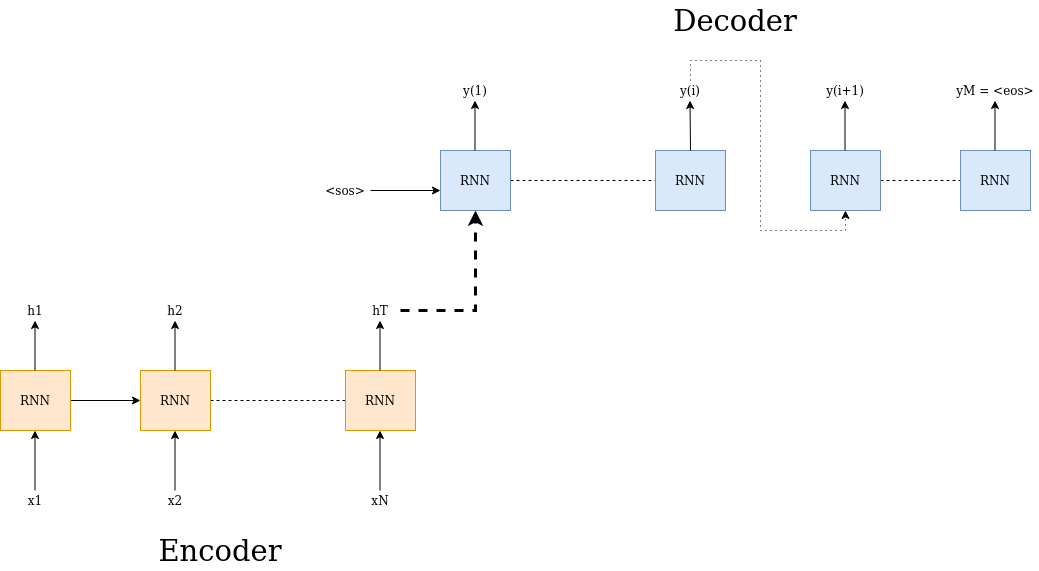
anuj1729/anuj1729.github.io keeps this draw.io diagram as images/encoder_decoder_architecture.png. Above is the earlier version. Source tidied: cells renumbered, new cells last; positions are measured from the earlier drawing's top-left corner, leaving out a move shared by most shapes.
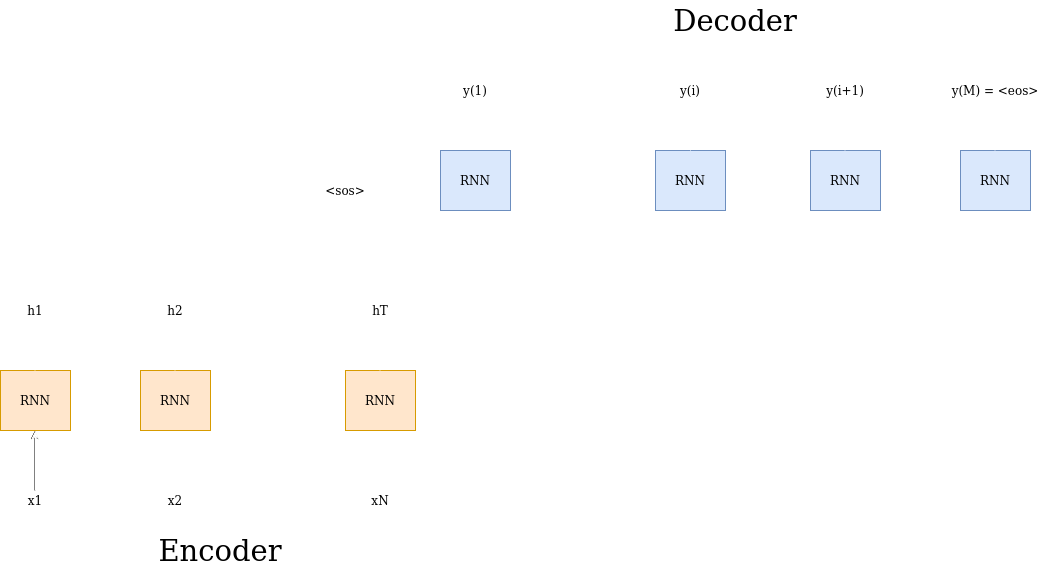
Above is the later version.

Commit message:
Fix image for first blog post

The edit, as a diff of the source:
```diff
@@ -2,10 +2,10 @@
   <root>
     <mxCell id="0" />
     <mxCell id="1" parent="0" />
-    <mxCell id="2" style="edgeStyle=orthogonalEdgeStyle;rounded=0;jettySize=auto;html=1;exitX=1;exitY=0.5;exitDx=0;exitDy=0;entryX=0;entryY=0.5;entryDx=0;entryDy=0;" parent="1" edge="1" source="3" target="7">
+    <mxCell id="2" style="edgeStyle=orthogonalEdgeStyle;rounded=0;jettySize=auto;html=1;exitX=1;exitY=0.5;exitDx=0;exitDy=0;entryX=0;entryY=0.5;entryDx=0;entryDy=0;strokeColor=#FFFFFF;" parent="1" edge="1" source="3" target="7">
       <mxGeometry relative="1" as="geometry" />
     </mxCell>
-    <mxCell id="3" value="RNN" style="rounded=0;whiteSpace=wrap;html=1;fillColor=#ffe6cc;strokeColor=#d79b00;" parent="1" vertex="1">
+    <mxCell id="3" value="&lt;font color=&quot;#000000&quot;&gt;RNN&lt;/font&gt;" style="rounded=0;whiteSpace=wrap;html=1;fillColor=#ffe6cc;strokeColor=#d79b00;" parent="1" vertex="1">
       <mxGeometry y="370" width="70" height="60" as="geometry" />
     </mxCell>
     <mxCell id="4" style="endArrow=classic;html=1;" parent="1" edge="1">
@@ -14,100 +14,103 @@
         <mxPoint x="34.5" y="430" as="targetPoint" />
       </mxGeometry>
     </mxCell>
+    <mxCell id="39" style="edgeStyle=orthogonalEdgeStyle;rounded=0;jettySize=auto;html=1;fillColor=none;strokeColor=#FFFFFF;" parent="1" edge="1" source="5" target="3">
+      <mxGeometry relative="1" as="geometry" />
+    </mxCell>
-    <mxCell id="5" value="x1" style="text;html=1;strokeColor=none;fillColor=none;align=center;verticalAlign=middle;whiteSpace=wrap;rounded=0;" parent="1" vertex="1">
+    <mxCell id="5" value="x1" style="text;html=1;fillColor=none;align=center;verticalAlign=middle;whiteSpace=wrap;rounded=0;" parent="1" vertex="1">
       <mxGeometry x="15" y="490" width="40" height="20" as="geometry" />
     </mxCell>
-    <mxCell id="6" style="edgeStyle=orthogonalEdgeStyle;rounded=0;jumpSize=6;jettySize=auto;html=1;exitX=1;exitY=0.5;exitDx=0;exitDy=0;dashed=1;startSize=5;endArrow=none;endFill=0;strokeColor=#000000;strokeWidth=1;" parent="1" edge="1" source="7" target="10">
+    <mxCell id="6" style="edgeStyle=orthogonalEdgeStyle;rounded=0;jumpSize=6;jettySize=auto;html=1;exitX=1;exitY=0.5;exitDx=0;exitDy=0;dashed=1;startSize=5;endArrow=none;endFill=0;strokeWidth=1;fillColor=none;strokeColor=#FFFFFF;" parent="1" edge="1" source="7" target="10">
       <mxGeometry relative="1" as="geometry" />
     </mxCell>
-    <mxCell id="7" value="&lt;div&gt;RNN&lt;br&gt;&lt;/div&gt;" style="rounded=0;whiteSpace=wrap;html=1;fillColor=#ffe6cc;strokeColor=#d79b00;" parent="1" vertex="1">
+    <mxCell id="7" value="&lt;div&gt;&lt;font color=&quot;#000000&quot;&gt;RNN&lt;br&gt;&lt;/font&gt;&lt;/div&gt;" style="rounded=0;whiteSpace=wrap;html=1;fillColor=#ffe6cc;strokeColor=#d79b00;" parent="1" vertex="1">
       <mxGeometry x="140" y="370" width="70" height="60" as="geometry" />
     </mxCell>
-    <mxCell id="8" style="endArrow=classic;html=1;" parent="1" edge="1">
+    <mxCell id="8" style="endArrow=classic;html=1;strokeColor=#FFFFFF;" parent="1" edge="1">
       <mxGeometry relative="1" as="geometry">
         <mxPoint x="174.5" y="490" as="sourcePoint" />
         <mxPoint x="174.5" y="430" as="targetPoint" />
       </mxGeometry>
     </mxCell>
-    <mxCell id="9" value="x2" style="text;html=1;strokeColor=none;fillColor=none;align=center;verticalAlign=middle;whiteSpace=wrap;rounded=0;" parent="1" vertex="1">
+    <mxCell id="9" value="x2" style="text;html=1;fillColor=none;align=center;verticalAlign=middle;whiteSpace=wrap;rounded=0;" parent="1" vertex="1">
       <mxGeometry x="155" y="490" width="40" height="20" as="geometry" />
     </mxCell>
-    <mxCell id="10" value="&lt;div&gt;RNN&lt;br&gt;&lt;/div&gt;" style="rounded=0;whiteSpace=wrap;html=1;fillColor=#ffe6cc;strokeColor=#d79b00;" parent="1" vertex="1">
+    <mxCell id="10" value="&lt;div&gt;&lt;font color=&quot;#000000&quot;&gt;RNN&lt;br&gt;&lt;/font&gt;&lt;/div&gt;" style="rounded=0;whiteSpace=wrap;html=1;fillColor=#ffe6cc;strokeColor=#d79b00;" parent="1" vertex="1">
       <mxGeometry x="345" y="370" width="70" height="60" as="geometry" />
     </mxCell>
-    <mxCell id="11" style="endArrow=classic;html=1;" parent="1" edge="1">
+    <mxCell id="11" style="endArrow=classic;html=1;strokeColor=#FFFFFF;" parent="1" edge="1">
       <mxGeometry relative="1" as="geometry">
         <mxPoint x="379.5" y="490" as="sourcePoint" />
         <mxPoint x="379.5" y="430" as="targetPoint" />
       </mxGeometry>
     </mxCell>
-    <mxCell id="12" value="xN" style="text;html=1;strokeColor=none;fillColor=none;align=center;verticalAlign=middle;whiteSpace=wrap;rounded=0;" parent="1" vertex="1">
+    <mxCell id="12" value="xN" style="text;html=1;fillColor=none;align=center;verticalAlign=middle;whiteSpace=wrap;rounded=0;" parent="1" vertex="1">
       <mxGeometry x="360" y="490" width="40" height="20" as="geometry" />
     </mxCell>
-    <mxCell id="13" style="endArrow=classic;html=1;" parent="1" edge="1">
+    <mxCell id="13" style="endArrow=classic;html=1;fillColor=none;strokeColor=#FFFFFF;" parent="1" edge="1">
       <mxGeometry relative="1" as="geometry">
         <mxPoint x="34.5" y="370" as="sourcePoint" />
         <mxPoint x="34.5" y="320" as="targetPoint" />
       </mxGeometry>
     </mxCell>
-    <mxCell id="14" value="h1" style="text;html=1;strokeColor=none;fillColor=none;align=center;verticalAlign=middle;whiteSpace=wrap;rounded=0;" parent="1" vertex="1">
+    <mxCell id="14" value="h1" style="text;html=1;fillColor=none;align=center;verticalAlign=middle;whiteSpace=wrap;rounded=0;" parent="1" vertex="1">
       <mxGeometry x="15" y="300" width="40" height="20" as="geometry" />
     </mxCell>
-    <mxCell id="15" style="endArrow=classic;html=1;" parent="1" edge="1">
+    <mxCell id="15" style="endArrow=classic;html=1;strokeColor=#FFFFFF;" parent="1" edge="1">
       <mxGeometry relative="1" as="geometry">
         <mxPoint x="174.5" y="370" as="sourcePoint" />
         <mxPoint x="174.5" y="320" as="targetPoint" />
       </mxGeometry>
     </mxCell>
-    <mxCell id="16" value="h2" style="text;html=1;strokeColor=none;fillColor=none;align=center;verticalAlign=middle;whiteSpace=wrap;rounded=0;" parent="1" vertex="1">
+    <mxCell id="16" value="h2" style="text;html=1;fillColor=none;align=center;verticalAlign=middle;whiteSpace=wrap;rounded=0;" parent="1" vertex="1">
       <mxGeometry x="155" y="300" width="40" height="20" as="geometry" />
     </mxCell>
-    <mxCell id="17" style="endArrow=classic;html=1;" parent="1" edge="1">
+    <mxCell id="17" style="endArrow=classic;html=1;strokeColor=#FFFFFF;" parent="1" edge="1">
       <mxGeometry relative="1" as="geometry">
         <mxPoint x="379.5" y="370" as="sourcePoint" />
         <mxPoint x="379.5" y="320" as="targetPoint" />
       </mxGeometry>
     </mxCell>
-    <mxCell id="18" style="edgeStyle=orthogonalEdgeStyle;rounded=0;jettySize=auto;html=1;entryX=0.5;entryY=1;entryDx=0;entryDy=0;strokeColor=#000000;jumpSize=6;startSize=5;strokeWidth=3;dashed=1;" parent="1" edge="1" source="19" target="21">
+    <mxCell id="18" style="edgeStyle=orthogonalEdgeStyle;rounded=0;jettySize=auto;html=1;entryX=0.5;entryY=1;entryDx=0;entryDy=0;jumpSize=6;startSize=5;strokeWidth=3;dashed=1;fillColor=#b1ddf0;strokeColor=#FFFFFF;" parent="1" edge="1" source="19" target="21">
       <mxGeometry relative="1" as="geometry" />
     </mxCell>
     <mxCell id="19" value="hT" style="text;html=1;strokeColor=none;fillColor=none;align=center;verticalAlign=middle;whiteSpace=wrap;rounded=0;" parent="1" vertex="1">
       <mxGeometry x="360" y="300" width="40" height="20" as="geometry" />
     </mxCell>
-    <mxCell id="20" style="edgeStyle=orthogonalEdgeStyle;rounded=0;jumpSize=6;jettySize=auto;html=1;exitX=1;exitY=0.5;exitDx=0;exitDy=0;dashed=1;startSize=5;strokeColor=#000000;strokeWidth=1;endArrow=none;endFill=0;" parent="1" edge="1" source="21" target="26">
+    <mxCell id="20" style="edgeStyle=orthogonalEdgeStyle;rounded=0;jumpSize=6;jettySize=auto;html=1;exitX=1;exitY=0.5;exitDx=0;exitDy=0;dashed=1;startSize=5;strokeWidth=1;endArrow=none;endFill=0;fillColor=none;strokeColor=#FFFFFF;" parent="1" edge="1" source="21" target="26">
       <mxGeometry relative="1" as="geometry" />
     </mxCell>
-    <mxCell id="21" value="RNN" style="rounded=0;whiteSpace=wrap;html=1;fillColor=#dae8fc;strokeColor=#6c8ebf;" parent="1" vertex="1">
+    <mxCell id="21" value="&lt;font color=&quot;#000000&quot;&gt;RNN&lt;/font&gt;" style="rounded=0;whiteSpace=wrap;html=1;fillColor=#dae8fc;strokeColor=#6c8ebf;" parent="1" vertex="1">
       <mxGeometry x="440" y="150" width="70" height="60" as="geometry" />
     </mxCell>
-    <mxCell id="22" style="endArrow=classic;html=1;" parent="1" edge="1">
+    <mxCell id="22" style="endArrow=classic;html=1;strokeColor=#FFFFFF;" parent="1" edge="1">
       <mxGeometry relative="1" as="geometry">
-        <mxPoint x="474.5" y="150" as="sourcePoint" />
-        <mxPoint x="474.5" y="100" as="targetPoint" />
+        <mxPoint x="474.5" y="144" as="sourcePoint" />
+        <mxPoint x="474.9" y="94" as="targetPoint" />
       </mxGeometry>
     </mxCell>
-    <mxCell id="23" value="y(1)" style="text;html=1;strokeColor=none;fillColor=none;align=center;verticalAlign=middle;whiteSpace=wrap;rounded=0;" parent="1" vertex="1">
+    <mxCell id="23" value="y(1)" style="text;html=1;align=center;verticalAlign=middle;whiteSpace=wrap;rounded=0;" parent="1" vertex="1">
       <mxGeometry x="455" y="80" width="40" height="20" as="geometry" />
     </mxCell>
-    <mxCell id="24" style="endArrow=classic;html=1;strokeColor=#000000;strokeWidth=1;" parent="1" edge="1">
+    <mxCell id="24" style="endArrow=classic;html=1;strokeWidth=1;fillColor=none;strokeColor=#FFFFFF;" parent="1" edge="1">
       <mxGeometry relative="1" as="geometry">
         <mxPoint x="370" y="190" as="sourcePoint" />
         <mxPoint x="440" y="190" as="targetPoint" />
       </mxGeometry>
     </mxCell>
-    <mxCell id="25" value="&amp;lt;sos&amp;gt;" style="text;html=1;strokeColor=none;fillColor=none;align=center;verticalAlign=middle;whiteSpace=wrap;rounded=0;" parent="1" vertex="1">
+    <mxCell id="25" value="&amp;lt;sos&amp;gt;" style="text;html=1;fillColor=none;align=center;verticalAlign=middle;whiteSpace=wrap;rounded=0;" parent="1" vertex="1">
       <mxGeometry x="325" y="180" width="40" height="20" as="geometry" />
     </mxCell>
-    <mxCell id="26" value="RNN" style="rounded=0;whiteSpace=wrap;html=1;fillColor=#dae8fc;strokeColor=#6c8ebf;" parent="1" vertex="1">
+    <mxCell id="26" value="&lt;font color=&quot;#000000&quot;&gt;RNN&lt;/font&gt;" style="rounded=0;whiteSpace=wrap;html=1;fillColor=#dae8fc;strokeColor=#6c8ebf;" parent="1" vertex="1">
       <mxGeometry x="655" y="150" width="70" height="60" as="geometry" />
     </mxCell>
-    <mxCell id="27" style="endArrow=classic;html=1;" parent="1" edge="1">
+    <mxCell id="27" style="endArrow=classic;html=1;fillColor=none;strokeColor=#FFFFFF;" parent="1" edge="1">
       <mxGeometry relative="1" as="geometry">
         <mxPoint x="690" y="150" as="sourcePoint" />
         <mxPoint x="689.5" y="100" as="targetPoint" />
       </mxGeometry>
     </mxCell>
-    <mxCell id="28" style="edgeStyle=orthogonalEdgeStyle;rounded=0;jumpSize=6;jettySize=auto;html=1;exitX=0.5;exitY=0;exitDx=0;exitDy=0;entryX=0.5;entryY=1;entryDx=0;entryDy=0;dashed=1;dashPattern=1 4;startSize=5;strokeColor=#000000;strokeWidth=1;" parent="1" edge="1" source="29" target="31">
+    <mxCell id="28" style="edgeStyle=orthogonalEdgeStyle;rounded=0;jumpSize=6;jettySize=auto;html=1;exitX=0.5;exitY=0;exitDx=0;exitDy=0;entryX=0.5;entryY=1;entryDx=0;entryDy=0;dashed=1;dashPattern=1 4;startSize=5;strokeWidth=1;fillColor=none;strokeColor=#FFFFFF;" parent="1" edge="1" source="29" target="31">
       <mxGeometry relative="1" as="geometry">
         <Array as="points">
           <mxPoint x="690" y="60" />
@@ -117,40 +120,40 @@
         </Array>
       </mxGeometry>
     </mxCell>
-    <mxCell id="29" value="y(i)" style="text;html=1;strokeColor=none;fillColor=none;align=center;verticalAlign=middle;whiteSpace=wrap;rounded=0;" parent="1" vertex="1">
+    <mxCell id="29" value="y(i)" style="text;html=1;align=center;verticalAlign=middle;whiteSpace=wrap;rounded=0;fillColor=none;" parent="1" vertex="1">
       <mxGeometry x="670" y="80" width="40" height="20" as="geometry" />
     </mxCell>
-    <mxCell id="30" style="edgeStyle=orthogonalEdgeStyle;rounded=0;jumpSize=6;jettySize=auto;html=1;exitX=1;exitY=0.5;exitDx=0;exitDy=0;entryX=0;entryY=0.5;entryDx=0;entryDy=0;dashed=1;startSize=5;endArrow=none;endFill=0;strokeColor=#000000;strokeWidth=1;" parent="1" edge="1" source="31" target="34">
+    <mxCell id="30" style="edgeStyle=orthogonalEdgeStyle;rounded=0;jumpSize=6;jettySize=auto;html=1;exitX=1;exitY=0.5;exitDx=0;exitDy=0;entryX=0;entryY=0.5;entryDx=0;entryDy=0;dashed=1;startSize=5;endArrow=none;endFill=0;strokeWidth=1;fillColor=none;strokeColor=#FFFFFF;" parent="1" edge="1" source="31" target="34">
       <mxGeometry relative="1" as="geometry" />
     </mxCell>
-    <mxCell id="31" value="RNN" style="rounded=0;whiteSpace=wrap;html=1;fillColor=#dae8fc;strokeColor=#6c8ebf;" parent="1" vertex="1">
+    <mxCell id="31" value="&lt;font color=&quot;#000000&quot;&gt;RNN&lt;/font&gt;" style="rounded=0;whiteSpace=wrap;html=1;fillColor=#dae8fc;strokeColor=#6c8ebf;" parent="1" vertex="1">
       <mxGeometry x="810" y="150" width="70" height="60" as="geometry" />
     </mxCell>
-    <mxCell id="32" style="endArrow=classic;html=1;" parent="1" edge="1">
+    <mxCell id="32" style="endArrow=classic;html=1;strokeColor=#FFFFFF;" parent="1" edge="1">
       <mxGeometry relative="1" as="geometry">
         <mxPoint x="844.5" y="150" as="sourcePoint" />
         <mxPoint x="844.5" y="100" as="targetPoint" />
       </mxGeometry>
     </mxCell>
-    <mxCell id="33" value="y(i+1)" style="text;html=1;strokeColor=none;fillColor=none;align=center;verticalAlign=middle;whiteSpace=wrap;rounded=0;" parent="1" vertex="1">
+    <mxCell id="33" value="y(i+1)" style="text;html=1;fillColor=none;align=center;verticalAlign=middle;whiteSpace=wrap;rounded=0;" parent="1" vertex="1">
       <mxGeometry x="825" y="80" width="40" height="20" as="geometry" />
     </mxCell>
-    <mxCell id="34" value="RNN" style="rounded=0;whiteSpace=wrap;html=1;fillColor=#dae8fc;strokeColor=#6c8ebf;" parent="1" vertex="1">
+    <mxCell id="34" value="&lt;font color=&quot;#000000&quot;&gt;RNN&lt;/font&gt;" style="rounded=0;whiteSpace=wrap;html=1;fillColor=#dae8fc;strokeColor=#6c8ebf;" parent="1" vertex="1">
       <mxGeometry x="960" y="150" width="70" height="60" as="geometry" />
     </mxCell>
-    <mxCell id="35" style="endArrow=classic;html=1;" parent="1" edge="1">
+    <mxCell id="35" style="endArrow=classic;html=1;strokeColor=#FFFFFF;" parent="1" edge="1">
       <mxGeometry relative="1" as="geometry">
         <mxPoint x="994.5" y="150" as="sourcePoint" />
         <mxPoint x="994.5" y="100" as="targetPoint" />
       </mxGeometry>
     </mxCell>
-    <mxCell id="36" value="yM = &amp;lt;eos&amp;gt;" style="text;html=1;strokeColor=none;fillColor=none;align=center;verticalAlign=middle;whiteSpace=wrap;rounded=0;" parent="1" vertex="1">
-      <mxGeometry x="952" y="80" width="86" height="20" as="geometry" />
+    <mxCell id="36" value="y(M) = &amp;lt;eos&amp;gt;" style="text;html=1;align=center;verticalAlign=middle;whiteSpace=wrap;rounded=0;fillColor=none;" parent="1" vertex="1">
+      <mxGeometry x="936" y="80" width="118" height="20" as="geometry" />
     </mxCell>
-    <mxCell id="37" value="&lt;font style=&quot;font-size: 29px&quot;&gt;Encoder&lt;/font&gt;" style="text;html=1;strokeColor=none;fillColor=none;align=center;verticalAlign=middle;whiteSpace=wrap;rounded=0;" parent="1" vertex="1">
+    <mxCell id="37" value="&lt;font style=&quot;font-size: 29px&quot;&gt;Encoder&lt;/font&gt;" style="text;html=1;fillColor=none;align=center;verticalAlign=middle;whiteSpace=wrap;rounded=0;" parent="1" vertex="1">
       <mxGeometry x="130" y="530" width="180" height="40" as="geometry" />
     </mxCell>
-    <mxCell id="38" value="&lt;font style=&quot;font-size: 29px&quot;&gt;Decoder&lt;/font&gt;" style="text;html=1;strokeColor=none;fillColor=none;align=center;verticalAlign=middle;whiteSpace=wrap;rounded=0;" parent="1" vertex="1">
+    <mxCell id="38" value="&lt;font style=&quot;font-size: 29px&quot;&gt;Decoder&lt;/font&gt;" style="text;html=1;align=center;verticalAlign=middle;whiteSpace=wrap;rounded=0;fillColor=none;" parent="1" vertex="1">
       <mxGeometry x="645" width="180" height="40" as="geometry" />
     </mxCell>
   </root>
```
